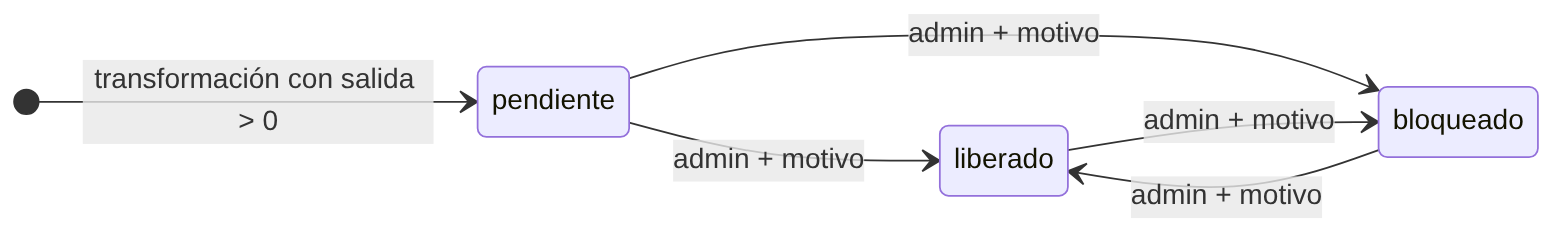
SantiagoAndresValencia/Reto-Hackathon-FUCTIH-Nexus-Code keeps this Mermaid diagram as documentos/diagramas/estados.png. Above is the earlier version. Its source is kept beside it as documentos/diagramas/estados.mmd. Source of this version:
```mermaid
stateDiagram-v2
  direction LR
  [*] --> pendiente: transformación con salida > 0
  pendiente --> liberado: admin + motivo
  pendiente --> bloqueado: admin + motivo
  liberado --> bloqueado: admin + motivo
  bloqueado --> liberado: admin + motivo
```
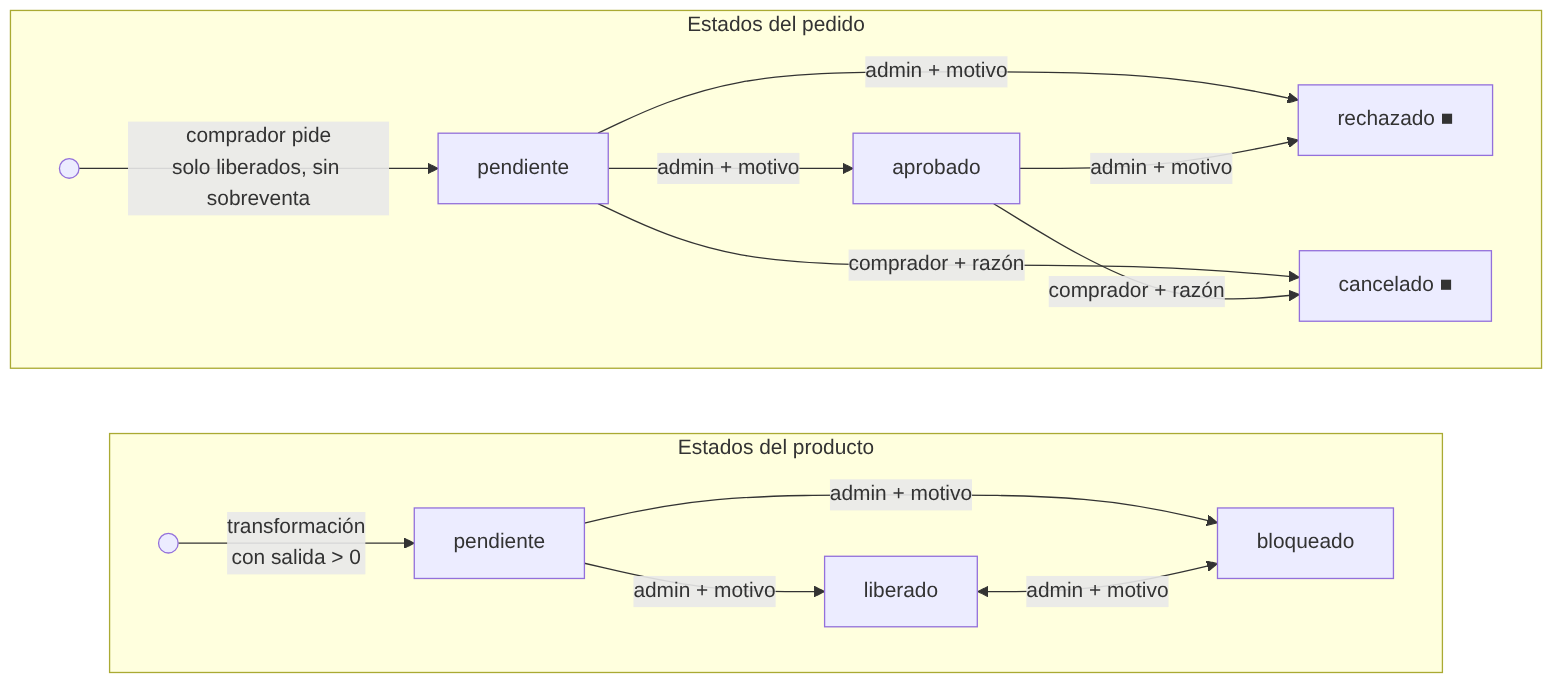
After the commit.

Diff of the diagram source:
```diff
@@ -1,7 +1,17 @@
-stateDiagram-v2
-  direction LR
-  [*] --> pendiente: transformación con salida > 0
-  pendiente --> liberado: admin + motivo
-  pendiente --> bloqueado: admin + motivo
-  liberado --> bloqueado: admin + motivo
-  bloqueado --> liberado: admin + motivo
+flowchart LR
+  subgraph PR["Estados del producto"]
+    direction LR
+    i1(( )) -->|"transformación<br/>con salida > 0"| pp[pendiente]
+    pp -->|"admin + motivo"| li[liberado]
+    pp -->|"admin + motivo"| bl[bloqueado]
+    li <-->|"admin + motivo"| bl
+  end
+  subgraph PE["Estados del pedido"]
+    direction LR
+    i2(( )) -->|"comprador pide<br/>solo liberados, sin sobreventa"| dp[pendiente]
+    dp -->|"admin + motivo"| ap[aprobado]
+    dp -->|"admin + motivo"| re[rechazado ■]
+    ap -->|"admin + motivo"| re
+    dp -->|"comprador + razón"| ca[cancelado ■]
+    ap -->|"comprador + razón"| ca
+  end
```
